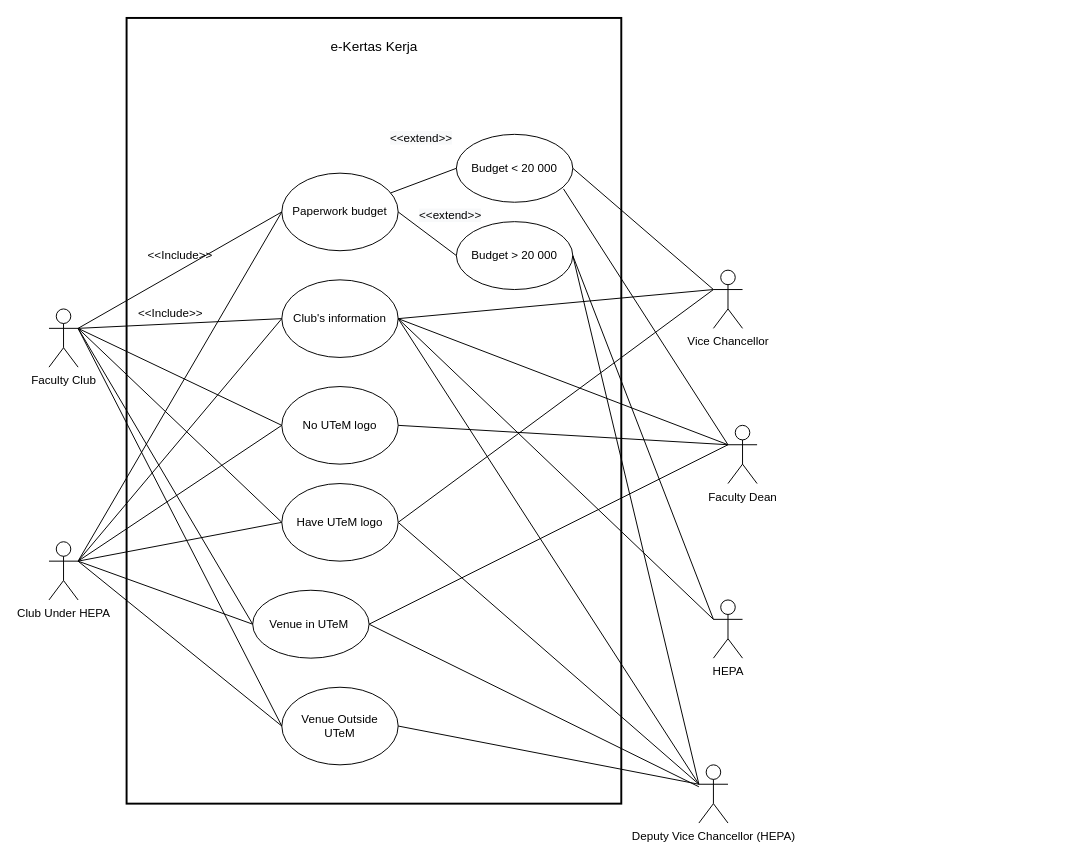
This is page "Use Case" (6 of 8) of drawio/Analysis.drawio from zyqhpz/eKK, a draw.io file, before an edit. Source tidied: cells renumbered, new cells numbered last; positions are measured from the earlier drawing's top-left corner, leaving out a move shared by most shapes. Both pictures are drawn from the tidied source at 97%, with x=0, y=0 at pixel (48, 17).
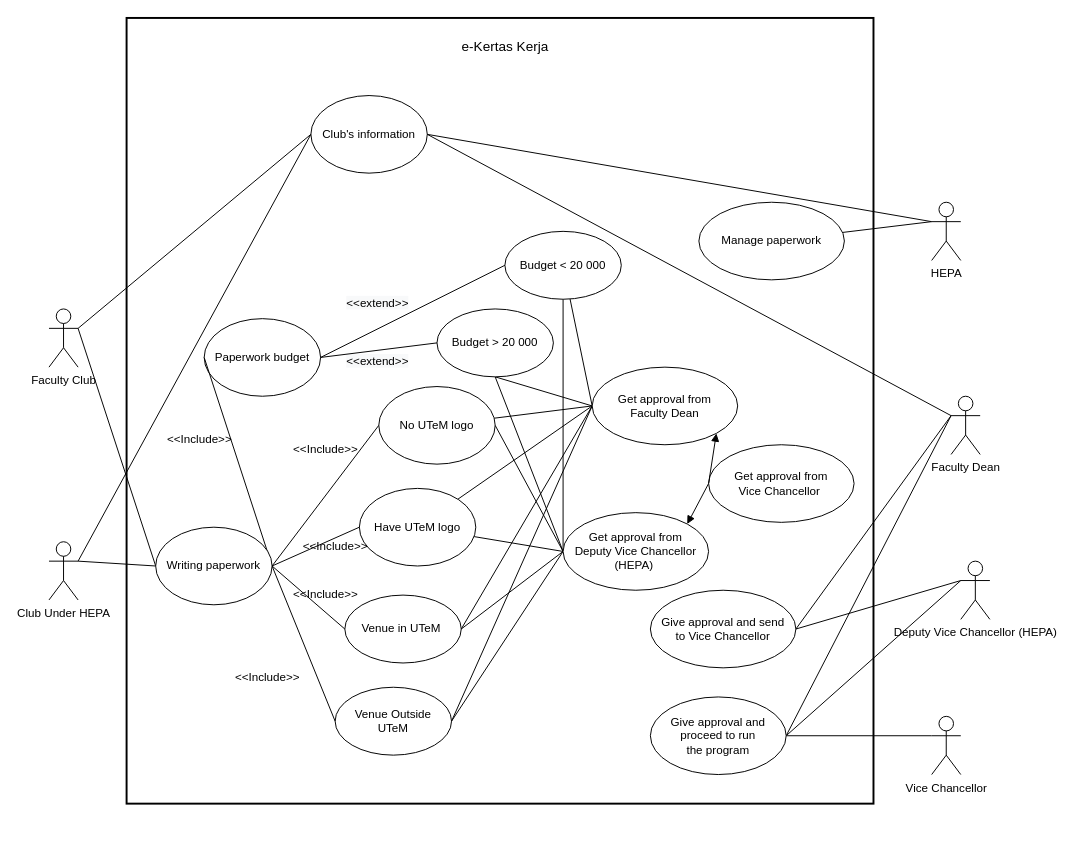
Above is the later version.

Unchanged cells that the change refers to:
```xml
<mxCell id="2" value="Faculty Club" style="shape=umlActor;verticalLabelPosition=bottom;verticalAlign=top;html=1;outlineConnect=0;" parent="1" vertex="1">
  <mxGeometry y="300" width="30" height="60" as="geometry" />
</mxCell>
<mxCell id="20" value="Club Under HEPA" style="shape=umlActor;verticalLabelPosition=bottom;verticalAlign=top;html=1;outlineConnect=0;" parent="1" vertex="1">
  <mxGeometry y="540" width="30" height="60" as="geometry" />
</mxCell>
```

Diff of the diagram source:
```diff
@@
+    <mxCell id="48" style="rounded=0;whiteSpace=wrap;html=1;fillColor=none;strokeWidth=2;" parent="1" vertex="1">
+      <mxGeometry x="80" width="770" height="810" as="geometry" />
+    </mxCell>
@@
     <mxCell id="3" value="Club's information" style="ellipse;whiteSpace=wrap;html=1;" parent="1" vertex="1">
-      <mxGeometry x="240" y="270" width="120" height="80" as="geometry" />
+      <mxGeometry x="270" y="80" width="120" height="80" as="geometry" />
     </mxCell>
     <mxCell id="4" value="Paperwork budget" style="ellipse;whiteSpace=wrap;html=1;" parent="1" vertex="1">
-      <mxGeometry x="240" y="160" width="120" height="80" as="geometry" />
+      <mxGeometry x="160" y="310" width="120" height="80" as="geometry" />
     </mxCell>
@@
-    <mxCell id="6" style="endArrow=none;html=1;rounded=0;exitX=1;exitY=0.3333333333333333;exitDx=0;exitDy=0;exitPerimeter=0;entryX=0;entryY=0.5;entryDx=0;entryDy=0;" parent="1" edge="1" source="2" target="4">
+    <mxCell id="6" style="endArrow=none;html=1;rounded=0;exitX=1;exitY=0.3333333333333333;exitDx=0;exitDy=0;exitPerimeter=0;entryX=0;entryY=0.5;entryDx=0;entryDy=0;" parent="1" edge="1" source="2" target="64">
       <mxGeometry relative="1" as="geometry" />
     </mxCell>
+    <mxCell id="50" style="edgeStyle=none;html=1;entryX=0;entryY=0.5;entryDx=0;entryDy=0;endArrow=none;endFill=0;" parent="1" edge="1" source="7" target="69">
+      <mxGeometry relative="1" as="geometry" />
+    </mxCell>
     <mxCell id="7" value="No UTeM logo" style="ellipse;whiteSpace=wrap;html=1;" parent="1" vertex="1">
-      <mxGeometry x="240" y="380" width="120" height="80" as="geometry" />
+      <mxGeometry x="340" y="380" width="120" height="80" as="geometry" />
     </mxCell>
-    <mxCell id="8" style="endArrow=none;html=1;rounded=0;entryX=0;entryY=0.5;entryDx=0;entryDy=0;exitX=1;exitY=0.3333333333333333;exitDx=0;exitDy=0;exitPerimeter=0;" parent="1" edge="1" source="2" target="7">
-      <mxGeometry relative="1" as="geometry" />
-    </mxCell>
     <mxCell id="9" value="&amp;lt;&amp;lt;Include&amp;gt;&amp;gt;" style="text;html=1;align=center;verticalAlign=middle;strokeColor=none;fillColor=none;" parent="1" vertex="1">
-      <mxGeometry x="80" y="290" width="90" height="30" as="geometry" />
+      <mxGeometry x="110" y="420" width="90" height="30" as="geometry" />
     </mxCell>
     <mxCell id="10" value="&amp;lt;&amp;lt;Include&amp;gt;&amp;gt;" style="text;html=1;align=center;verticalAlign=middle;strokeColor=none;fillColor=none;" parent="1" vertex="1">
-      <mxGeometry x="90" y="230" width="90" height="30" as="geometry" />
+      <mxGeometry x="180" y="665" width="90" height="30" as="geometry" />
     </mxCell>
-    <mxCell id="11" style="edgeStyle=none;html=1;endArrow=none;endFill=0;exitX=1;exitY=0.5;exitDx=0;exitDy=0;" parent="1" edge="1" source="12" target="30">
+    <mxCell id="11" style="edgeStyle=none;html=1;endArrow=none;endFill=0;exitX=1;exitY=0.5;exitDx=0;exitDy=0;entryX=0;entryY=0.5;entryDx=0;entryDy=0;" parent="1" edge="1" source="12" target="69">
       <mxGeometry relative="1" as="geometry" />
     </mxCell>
     <mxCell id="12" value="Venue in UTeM&amp;nbsp;" style="ellipse;whiteSpace=wrap;html=1;" parent="1" vertex="1">
-      <mxGeometry x="210" y="590" width="120" height="70" as="geometry" />
+      <mxGeometry x="305" y="595" width="120" height="70" as="geometry" />
     </mxCell>
-    <mxCell id="13" style="edgeStyle=none;html=1;endArrow=none;endFill=0;exitX=1;exitY=0.5;exitDx=0;exitDy=0;" parent="1" edge="1" source="15">
-      <mxGeometry relative="1" as="geometry">
-        <mxPoint x="670" y="790" as="targetPoint" />
-      </mxGeometry>
+    <mxCell id="13" style="edgeStyle=none;html=1;endArrow=none;endFill=0;exitX=1;exitY=0.5;exitDx=0;exitDy=0;entryX=0;entryY=0.3333333333333333;entryDx=0;entryDy=0;entryPerimeter=0;startArrow=none;" parent="1" edge="1" source="70" target="30">
+      <mxGeometry relative="1" as="geometry" />
     </mxCell>
-    <mxCell id="14" style="edgeStyle=none;html=1;entryX=0;entryY=0.3333333333333333;entryDx=0;entryDy=0;entryPerimeter=0;endArrow=none;endFill=0;exitX=1;exitY=0.5;exitDx=0;exitDy=0;" parent="1" edge="1" source="15" target="17">
-      <mxGeometry relative="1" as="geometry" />
-    </mxCell>
+    <mxCell id="51" style="edgeStyle=none;html=1;entryX=0;entryY=0.5;entryDx=0;entryDy=0;endArrow=none;endFill=0;" parent="1" edge="1" source="15" target="72">
+      <mxGeometry relative="1" as="geometry" />
+    </mxCell>
+    <mxCell id="52" style="edgeStyle=none;html=1;entryX=0;entryY=0.5;entryDx=0;entryDy=0;endArrow=none;endFill=0;" parent="1" edge="1" source="15" target="69">
+      <mxGeometry relative="1" as="geometry" />
+    </mxCell>
     <mxCell id="15" value="Have UTeM logo" style="ellipse;whiteSpace=wrap;html=1;" parent="1" vertex="1">
-      <mxGeometry x="240" y="480" width="120" height="80" as="geometry" />
+      <mxGeometry x="320" y="485" width="120" height="80" as="geometry" />
     </mxCell>
+    <mxCell id="53" style="edgeStyle=none;html=1;entryX=0;entryY=0.5;entryDx=0;entryDy=0;endArrow=none;endFill=0;exitX=1;exitY=0.5;exitDx=0;exitDy=0;" parent="1" edge="1" source="16" target="69">
+      <mxGeometry relative="1" as="geometry" />
+    </mxCell>
     <mxCell id="16" value="Venue Outside&lt;br&gt;UTeM" style="ellipse;whiteSpace=wrap;html=1;" parent="1" vertex="1">
-      <mxGeometry x="240" y="690" width="120" height="80" as="geometry" />
+      <mxGeometry x="295" y="690" width="120" height="70" as="geometry" />
     </mxCell>
+    <mxCell id="54" style="edgeStyle=none;html=1;entryX=1;entryY=0.5;entryDx=0;entryDy=0;endArrow=none;endFill=0;exitX=0;exitY=0.3333333333333333;exitDx=0;exitDy=0;exitPerimeter=0;" parent="1" edge="1" source="17" target="67">
+      <mxGeometry relative="1" as="geometry" />
+    </mxCell>
     <mxCell id="17" value="Vice Chancellor" style="shape=umlActor;verticalLabelPosition=bottom;verticalAlign=top;html=1;outlineConnect=0;" parent="1" vertex="1">
-      <mxGeometry x="685" y="260" width="30" height="60" as="geometry" />
+      <mxGeometry x="910" y="720" width="30" height="60" as="geometry" />
     </mxCell>
     <mxCell id="18" value="&lt;span style=&quot;color: rgb(0, 0, 0); font-family: Helvetica; font-size: 12px; font-style: normal; font-variant-ligatures: normal; font-variant-caps: normal; font-weight: 400; letter-spacing: normal; orphans: 2; text-align: center; text-indent: 0px; text-transform: none; widows: 2; word-spacing: 0px; -webkit-text-stroke-width: 0px; background-color: rgb(248, 249, 250); text-decoration-thickness: initial; text-decoration-style: initial; text-decoration-color: initial; float: none; display: inline !important;&quot;&gt;&amp;lt;&amp;lt;extend&amp;gt;&amp;gt;&lt;/span&gt;" style="text;whiteSpace=wrap;html=1;" parent="1" vertex="1">
-      <mxGeometry x="350" y="110" width="70" height="30" as="geometry" />
+      <mxGeometry x="305" y="280" width="70" height="30" as="geometry" />
     </mxCell>
-    <mxCell id="19" style="endArrow=none;html=1;rounded=0;exitX=1;exitY=0.5;exitDx=0;exitDy=0;entryX=0;entryY=0.3333333333333333;entryDx=0;entryDy=0;entryPerimeter=0;" parent="1" edge="1" source="3" target="17">
-      <mxGeometry relative="1" as="geometry" />
-    </mxCell>
@@
+    <mxCell id="55" style="edgeStyle=none;html=1;entryX=0;entryY=0.5;entryDx=0;entryDy=0;endArrow=none;endFill=0;" parent="1" edge="1" source="21" target="69">
+      <mxGeometry relative="1" as="geometry" />
+    </mxCell>
+    <mxCell id="56" style="edgeStyle=none;html=1;entryX=0;entryY=0.5;entryDx=0;entryDy=0;endArrow=none;endFill=0;" parent="1" edge="1" source="21" target="72">
+      <mxGeometry relative="1" as="geometry" />
+    </mxCell>
     <mxCell id="21" value="Budget &amp;lt; 20 000" style="ellipse;whiteSpace=wrap;html=1;" parent="1" vertex="1">
-      <mxGeometry x="420" y="120" width="120" height="70" as="geometry" />
+      <mxGeometry x="470" y="220" width="120" height="70" as="geometry" />
     </mxCell>
+    <mxCell id="57" style="edgeStyle=none;html=1;endArrow=none;endFill=0;exitX=0;exitY=0.3333333333333333;exitDx=0;exitDy=0;exitPerimeter=0;" parent="1" edge="1" source="22">
+      <mxGeometry relative="1" as="geometry">
+        <mxPoint x="760" y="740" as="targetPoint" />
+      </mxGeometry>
+    </mxCell>
+    <mxCell id="58" style="edgeStyle=none;html=1;entryX=1;entryY=0.5;entryDx=0;entryDy=0;endArrow=none;endFill=0;exitX=0;exitY=0.3333333333333333;exitDx=0;exitDy=0;exitPerimeter=0;" parent="1" edge="1" source="22" target="70">
+      <mxGeometry relative="1" as="geometry" />
+    </mxCell>
     <mxCell id="22" value="Faculty Dean" style="shape=umlActor;verticalLabelPosition=bottom;verticalAlign=top;html=1;outlineConnect=0;" parent="1" vertex="1">
-      <mxGeometry x="700" y="420" width="30" height="60" as="geometry" />
+      <mxGeometry x="930" y="390" width="30" height="60" as="geometry" />
     </mxCell>
-    <mxCell id="23" style="endArrow=none;html=1;rounded=0;exitX=1;exitY=0.5;exitDx=0;exitDy=0;entryX=0;entryY=0.3333333333333333;entryDx=0;entryDy=0;entryPerimeter=0;" parent="1" edge="1" source="7" target="22">
+    <mxCell id="23" style="endArrow=none;html=1;rounded=0;exitX=1;exitY=0.5;exitDx=0;exitDy=0;entryX=0;entryY=0.5;entryDx=0;entryDy=0;" parent="1" edge="1" source="7" target="72">
       <mxGeometry relative="1" as="geometry" />
     </mxCell>
-    <mxCell id="24" style="endArrow=none;html=1;rounded=0;entryX=0;entryY=0.5;entryDx=0;entryDy=0;" parent="1" edge="1" source="4" target="21">
+    <mxCell id="24" style="endArrow=none;html=1;rounded=0;entryX=0;entryY=0.5;entryDx=0;entryDy=0;exitX=1;exitY=0.5;exitDx=0;exitDy=0;" parent="1" edge="1" source="4" target="21">
       <mxGeometry relative="1" as="geometry" />
     </mxCell>
-    <mxCell id="25" style="endArrow=none;html=1;rounded=0;exitX=1;exitY=0.5;exitDx=0;exitDy=0;entryX=0;entryY=0.3333333333333333;entryDx=0;entryDy=0;entryPerimeter=0;" parent="1" edge="1" source="21" target="17">
-      <mxGeometry relative="1" as="geometry" />
-    </mxCell>
@@
-    <mxCell id="27" style="endArrow=none;html=1;rounded=0;entryX=0;entryY=0.5;entryDx=0;entryDy=0;exitX=1;exitY=0.3333333333333333;exitDx=0;exitDy=0;exitPerimeter=0;" parent="1" edge="1" source="2" target="15">
-      <mxGeometry relative="1" as="geometry" />
-    </mxCell>
-    <mxCell id="28" style="endArrow=none;html=1;rounded=0;entryX=0;entryY=0.5;entryDx=0;entryDy=0;exitX=1;exitY=0.3333333333333333;exitDx=0;exitDy=0;exitPerimeter=0;" parent="1" edge="1" source="20" target="4">
+    <mxCell id="28" style="endArrow=none;html=1;rounded=0;entryX=0;entryY=0.5;entryDx=0;entryDy=0;exitX=1;exitY=0.3333333333333333;exitDx=0;exitDy=0;exitPerimeter=0;" parent="1" edge="1" source="20" target="64">
       <mxGeometry relative="1" as="geometry" />
     </mxCell>
+    <mxCell id="59" style="edgeStyle=none;html=1;endArrow=none;endFill=0;exitX=0;exitY=0.3333333333333333;exitDx=0;exitDy=0;exitPerimeter=0;" parent="1" edge="1" source="29" target="71">
+      <mxGeometry relative="1" as="geometry" />
+    </mxCell>
     <mxCell id="29" value="HEPA" style="shape=umlActor;verticalLabelPosition=bottom;verticalAlign=top;html=1;outlineConnect=0;" parent="1" vertex="1">
-      <mxGeometry x="685" y="600" width="30" height="60" as="geometry" />
+      <mxGeometry x="910" y="190" width="30" height="60" as="geometry" />
     </mxCell>
+    <mxCell id="60" style="edgeStyle=none;html=1;entryX=1;entryY=0.5;entryDx=0;entryDy=0;endArrow=none;endFill=0;exitX=0;exitY=0.3333333333333333;exitDx=0;exitDy=0;exitPerimeter=0;" parent="1" edge="1" source="30" target="67">
+      <mxGeometry relative="1" as="geometry" />
+    </mxCell>
     <mxCell id="30" value="Deputy Vice Chancellor (HEPA)" style="shape=umlActor;verticalLabelPosition=bottom;verticalAlign=top;html=1;outlineConnect=0;" parent="1" vertex="1">
-      <mxGeometry x="670" y="770" width="30" height="60" as="geometry" />
+      <mxGeometry x="940" y="560" width="30" height="60" as="geometry" />
     </mxCell>
-    <mxCell id="31" style="endArrow=none;html=1;rounded=0;entryX=0;entryY=0.5;entryDx=0;entryDy=0;exitX=1;exitY=0.3333333333333333;exitDx=0;exitDy=0;exitPerimeter=0;" parent="1" edge="1" source="20" target="15">
+    <mxCell id="31" style="endArrow=none;html=1;rounded=0;entryX=0;entryY=0.5;entryDx=0;entryDy=0;exitX=1;exitY=0.5;exitDx=0;exitDy=0;" parent="1" edge="1" source="64" target="15">
       <mxGeometry relative="1" as="geometry" />
     </mxCell>
-    <mxCell id="32" style="endArrow=none;html=1;rounded=0;exitX=1;exitY=0.5;exitDx=0;exitDy=0;entryX=0;entryY=0.3333333333333333;entryDx=0;entryDy=0;entryPerimeter=0;" parent="1" edge="1" source="12" target="22">
+    <mxCell id="32" style="endArrow=none;html=1;rounded=0;exitX=1;exitY=0.5;exitDx=0;exitDy=0;entryX=0;entryY=0.5;entryDx=0;entryDy=0;" parent="1" edge="1" source="12" target="72">
       <mxGeometry relative="1" as="geometry" />
     </mxCell>
-    <mxCell id="33" style="endArrow=none;html=1;rounded=0;entryX=0;entryY=0.5;entryDx=0;entryDy=0;exitX=1;exitY=0.3333333333333333;exitDx=0;exitDy=0;exitPerimeter=0;" parent="1" edge="1" source="2" target="12">
-      <mxGeometry relative="1" as="geometry" />
-    </mxCell>
-    <mxCell id="34" style="endArrow=none;html=1;rounded=0;entryX=0;entryY=0.5;entryDx=0;entryDy=0;exitX=1;exitY=0.3333333333333333;exitDx=0;exitDy=0;exitPerimeter=0;" parent="1" edge="1" source="20" target="16">
+    <mxCell id="34" style="endArrow=none;html=1;rounded=0;entryX=0;entryY=0.5;entryDx=0;entryDy=0;exitX=1;exitY=0.5;exitDx=0;exitDy=0;" parent="1" edge="1" source="64" target="16">
       <mxGeometry relative="1" as="geometry" />
     </mxCell>
-    <mxCell id="35" style="endArrow=none;html=1;rounded=0;exitX=1;exitY=0.5;exitDx=0;exitDy=0;entryX=0;entryY=0.3333333333333333;entryDx=0;entryDy=0;entryPerimeter=0;" parent="1" edge="1" source="16" target="30">
+    <mxCell id="35" style="endArrow=none;html=1;rounded=0;exitX=1;exitY=0.5;exitDx=0;exitDy=0;entryX=0;entryY=0.5;entryDx=0;entryDy=0;" parent="1" edge="1" source="16" target="72">
       <mxGeometry relative="1" as="geometry" />
     </mxCell>
-    <mxCell id="36" style="endArrow=none;html=1;rounded=0;entryX=0;entryY=0.5;entryDx=0;entryDy=0;exitX=1;exitY=0.3333333333333333;exitDx=0;exitDy=0;exitPerimeter=0;" parent="1" edge="1" source="2" target="16">
-      <mxGeometry relative="1" as="geometry" />
-    </mxCell>
-    <mxCell id="37" style="endArrow=none;html=1;rounded=0;exitX=0.92;exitY=0.803;exitDx=0;exitDy=0;exitPerimeter=0;entryX=0;entryY=0.3333333333333333;entryDx=0;entryDy=0;entryPerimeter=0;" parent="1" edge="1" source="21" target="22">
-      <mxGeometry relative="1" as="geometry" />
-    </mxCell>
+    <mxCell id="61" style="edgeStyle=none;html=1;entryX=0;entryY=0.5;entryDx=0;entryDy=0;endArrow=none;endFill=0;exitX=0.5;exitY=1;exitDx=0;exitDy=0;" parent="1" edge="1" source="38" target="69">
+      <mxGeometry relative="1" as="geometry" />
+    </mxCell>
+    <mxCell id="62" style="edgeStyle=none;html=1;entryX=0;entryY=0.5;entryDx=0;entryDy=0;endArrow=none;endFill=0;exitX=0.5;exitY=1;exitDx=0;exitDy=0;" parent="1" edge="1" source="38" target="72">
+      <mxGeometry relative="1" as="geometry" />
+    </mxCell>
     <mxCell id="38" value="Budget &amp;gt; 20 000" style="ellipse;whiteSpace=wrap;html=1;" parent="1" vertex="1">
-      <mxGeometry x="420" y="210" width="120" height="70" as="geometry" />
+      <mxGeometry x="400" y="300" width="120" height="70" as="geometry" />
     </mxCell>
-    <mxCell id="39" style="endArrow=none;html=1;rounded=0;exitX=1;exitY=0.5;exitDx=0;exitDy=0;entryX=0;entryY=0.3333333333333333;entryDx=0;entryDy=0;entryPerimeter=0;" parent="1" edge="1" source="38" target="30">
-      <mxGeometry relative="1" as="geometry" />
-    </mxCell>
     <mxCell id="40" value="&lt;span style=&quot;color: rgb(0, 0, 0); font-family: Helvetica; font-size: 12px; font-style: normal; font-variant-ligatures: normal; font-variant-caps: normal; font-weight: 400; letter-spacing: normal; orphans: 2; text-align: center; text-indent: 0px; text-transform: none; widows: 2; word-spacing: 0px; -webkit-text-stroke-width: 0px; background-color: rgb(248, 249, 250); text-decoration-thickness: initial; text-decoration-style: initial; text-decoration-color: initial; float: none; display: inline !important;&quot;&gt;&amp;lt;&amp;lt;extend&amp;gt;&amp;gt;&lt;/span&gt;" style="text;whiteSpace=wrap;html=1;" parent="1" vertex="1">
-      <mxGeometry x="380" y="190" width="70" height="30" as="geometry" />
+      <mxGeometry x="305" y="340" width="70" height="30" as="geometry" />
     </mxCell>
@@
-    <mxCell id="43" style="endArrow=none;html=1;rounded=0;exitX=1;exitY=0.5;exitDx=0;exitDy=0;" parent="1" edge="1" source="3">
-      <mxGeometry relative="1" as="geometry">
-        <mxPoint x="670" y="790" as="targetPoint" />
-      </mxGeometry>
-    </mxCell>
-    <mxCell id="44" style="endArrow=none;html=1;rounded=0;exitX=1;exitY=0.5;exitDx=0;exitDy=0;entryX=0;entryY=0.3333333333333333;entryDx=0;entryDy=0;entryPerimeter=0;" parent="1" edge="1" source="38" target="29">
-      <mxGeometry relative="1" as="geometry" />
-    </mxCell>
@@
-    <mxCell id="46" style="endArrow=none;html=1;rounded=0;entryX=0;entryY=0.5;entryDx=0;entryDy=0;exitX=1;exitY=0.3333333333333333;exitDx=0;exitDy=0;exitPerimeter=0;" parent="1" edge="1" source="20" target="7">
+    <mxCell id="46" style="endArrow=none;html=1;rounded=0;entryX=0;entryY=0.5;entryDx=0;entryDy=0;exitX=1;exitY=0.5;exitDx=0;exitDy=0;" parent="1" edge="1" source="64" target="7">
       <mxGeometry relative="1" as="geometry" />
     </mxCell>
-    <mxCell id="47" style="endArrow=none;html=1;rounded=0;entryX=0;entryY=0.5;entryDx=0;entryDy=0;exitX=1;exitY=0.3333333333333333;exitDx=0;exitDy=0;exitPerimeter=0;" parent="1" edge="1" source="20" target="12">
+    <mxCell id="47" style="endArrow=none;html=1;rounded=0;entryX=0;entryY=0.5;entryDx=0;entryDy=0;exitX=1;exitY=0.5;exitDx=0;exitDy=0;" parent="1" edge="1" source="64" target="12">
       <mxGeometry relative="1" as="geometry" />
     </mxCell>
-    <mxCell id="48" style="rounded=0;whiteSpace=wrap;html=1;fillColor=none;strokeWidth=2;" parent="1" vertex="1">
-      <mxGeometry x="80" width="510" height="810" as="geometry" />
-    </mxCell>
     <mxCell id="49" value="e-Kertas Kerja" style="text;html=1;align=center;verticalAlign=middle;strokeColor=none;fillColor=none;fontSize=14;" parent="1" vertex="1">
-      <mxGeometry x="285" y="20" width="100" height="20" as="geometry" />
+      <mxGeometry x="420" y="20" width="100" height="20" as="geometry" />
     </mxCell>
+    <mxCell id="63" style="edgeStyle=none;html=1;entryX=0;entryY=0.5;entryDx=0;entryDy=0;endArrow=none;endFill=0;exitX=1;exitY=0.5;exitDx=0;exitDy=0;" parent="1" edge="1" source="64" target="4">
+      <mxGeometry relative="1" as="geometry" />
+    </mxCell>
+    <mxCell id="64" value="Writing paperwork" style="ellipse;whiteSpace=wrap;html=1;" parent="1" vertex="1">
+      <mxGeometry x="110" y="525" width="120" height="80" as="geometry" />
+    </mxCell>
+    <mxCell id="65" value="&amp;lt;&amp;lt;Include&amp;gt;&amp;gt;" style="text;html=1;align=center;verticalAlign=middle;strokeColor=none;fillColor=none;" parent="1" vertex="1">
+      <mxGeometry x="250" y="530" width="90" height="30" as="geometry" />
+    </mxCell>
+    <mxCell id="66" value="&amp;lt;&amp;lt;Include&amp;gt;&amp;gt;" style="text;html=1;align=center;verticalAlign=middle;strokeColor=none;fillColor=none;" parent="1" vertex="1">
+      <mxGeometry x="240" y="430" width="90" height="30" as="geometry" />
+    </mxCell>
+    <mxCell id="67" value="Give approval and&lt;br&gt;proceed to run&lt;br&gt;the program" style="ellipse;whiteSpace=wrap;html=1;" parent="1" vertex="1">
+      <mxGeometry x="620" y="700" width="140" height="80" as="geometry" />
+    </mxCell>
+    <mxCell id="68" value="&amp;lt;&amp;lt;Include&amp;gt;&amp;gt;" style="text;html=1;align=center;verticalAlign=middle;strokeColor=none;fillColor=none;" parent="1" vertex="1">
+      <mxGeometry x="240" y="580" width="90" height="30" as="geometry" />
+    </mxCell>
+    <mxCell id="69" value="Get approval from&lt;br&gt;Faculty Dean" style="ellipse;whiteSpace=wrap;html=1;" parent="1" vertex="1">
+      <mxGeometry x="560" y="360" width="150" height="80" as="geometry" />
+    </mxCell>
+    <mxCell id="70" value="Give approval and send&lt;br&gt;to Vice&amp;nbsp;&lt;span&gt;Chancellor&lt;/span&gt;" style="ellipse;whiteSpace=wrap;html=1;" parent="1" vertex="1">
+      <mxGeometry x="620" y="590" width="150" height="80" as="geometry" />
+    </mxCell>
+    <mxCell id="71" value="Manage paperwork" style="ellipse;whiteSpace=wrap;html=1;" parent="1" vertex="1">
+      <mxGeometry x="670" y="190" width="150" height="80" as="geometry" />
+    </mxCell>
+    <mxCell id="72" value="Get approval from&lt;br&gt;Deputy Vice Chancellor (HEPA)&amp;nbsp;" style="ellipse;whiteSpace=wrap;html=1;" parent="1" vertex="1">
+      <mxGeometry x="530" y="510" width="150" height="80" as="geometry" />
+    </mxCell>
+    <mxCell id="73" style="edgeStyle=none;html=1;entryX=1;entryY=0;entryDx=0;entryDy=0;endArrow=block;endFill=1;exitX=0;exitY=0.5;exitDx=0;exitDy=0;" parent="1" edge="1" source="74" target="72">
+      <mxGeometry relative="1" as="geometry" />
+    </mxCell>
+    <mxCell id="74" value="Get approval from&lt;br&gt;Vice Chancellor&amp;nbsp;" style="ellipse;whiteSpace=wrap;html=1;" parent="1" vertex="1">
+      <mxGeometry x="680" y="440" width="150" height="80" as="geometry" />
+    </mxCell>
+    <mxCell id="75" style="edgeStyle=none;html=1;entryX=1;entryY=1;entryDx=0;entryDy=0;endArrow=block;endFill=1;exitX=0;exitY=0.5;exitDx=0;exitDy=0;" parent="1" edge="1" source="74" target="69">
+      <mxGeometry relative="1" as="geometry" />
+    </mxCell>
```
